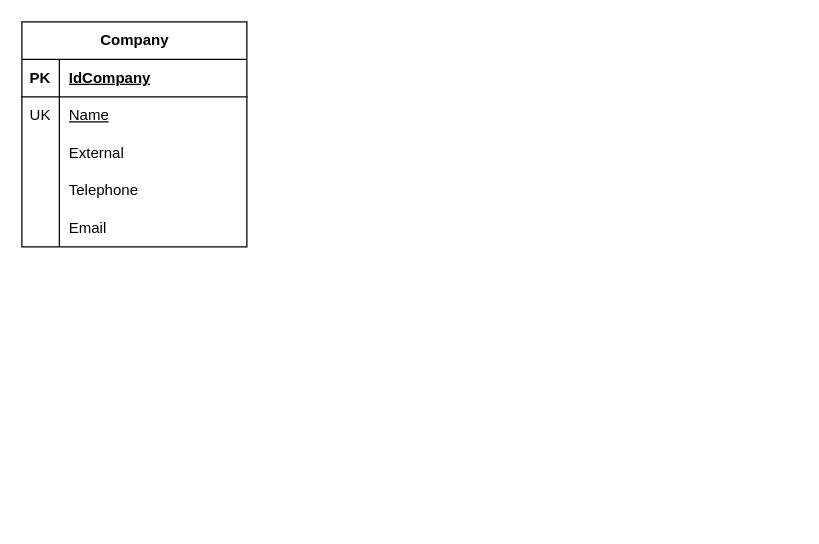
The draw.io diagram GestActives.drawio in JorgeJGR/GestActives, before the edit. Source tidied: cells renumbered, new cells numbered last; positions are measured from the earlier drawing's top-left corner, leaving out a move shared by most shapes. Both pictures are drawn from the tidied source at 125%, with x=0, y=0 at pixel (21, 21).
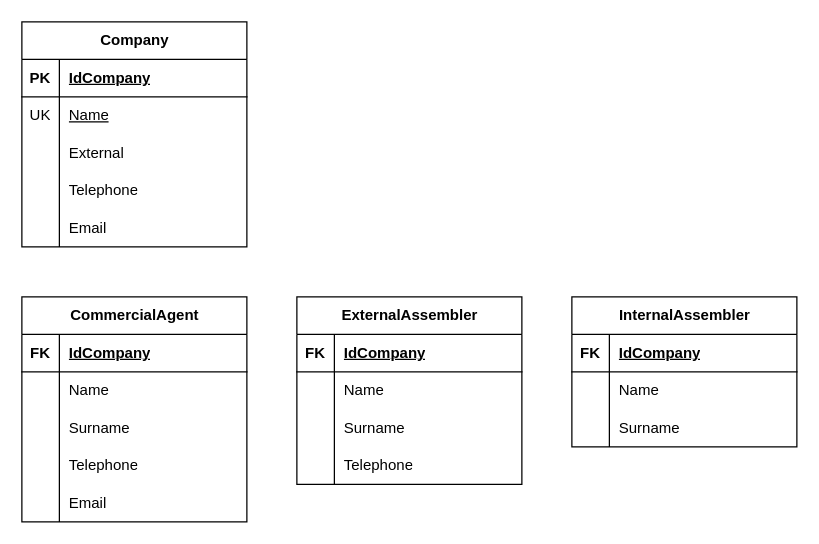
The same page after the edit.

The edit, as a diff of the source:
```diff
@@
+    <mxCell id="18" value="CommercialAgent" style="shape=table;startSize=30;childLayout=tableLayout;rowLines=0;fontStyle=1;align=center;html=1;" parent="1" vertex="1">
+      <mxGeometry y="220" width="180" height="180" as="geometry" />
+    </mxCell>
+    <mxCell id="19" style="shape=tableRow;horizontal=0;startSize=0;swimlaneHead=0;swimlaneBody=0;fillColor=none;top=0;left=0;right=0;bottom=1;" parent="18" vertex="1">
+      <mxGeometry y="30" width="180" height="30" as="geometry" />
+    </mxCell>
+    <mxCell id="20" value="FK" style="shape=partialRectangle;fillColor=none;top=0;left=0;bottom=0;right=0;fontStyle=1;overflow=hidden;whiteSpace=wrap;html=1;" parent="19" vertex="1">
+      <mxGeometry width="30" height="30" as="geometry" />
+    </mxCell>
+    <mxCell id="21" value="IdCompany" style="shape=partialRectangle;fillColor=none;top=0;left=0;bottom=0;right=0;align=left;spacingLeft=6;fontStyle=5;overflow=hidden;whiteSpace=wrap;html=1;" parent="19" vertex="1">
+      <mxGeometry x="30" width="150" height="30" as="geometry" />
+    </mxCell>
+    <mxCell id="22" style="shape=tableRow;horizontal=0;startSize=0;swimlaneHead=0;swimlaneBody=0;fillColor=none;top=0;left=0;right=0;bottom=0;" parent="18" vertex="1">
+      <mxGeometry y="60" width="180" height="30" as="geometry" />
+    </mxCell>
+    <mxCell id="23" style="shape=partialRectangle;fillColor=none;top=0;left=0;bottom=0;right=0;overflow=hidden;whiteSpace=wrap;html=1;" parent="22" vertex="1">
+      <mxGeometry width="30" height="30" as="geometry" />
+    </mxCell>
+    <mxCell id="24" value="Name" style="shape=partialRectangle;fillColor=none;top=0;left=0;bottom=0;right=0;align=left;spacingLeft=6;overflow=hidden;whiteSpace=wrap;html=1;" parent="22" vertex="1">
+      <mxGeometry x="30" width="150" height="30" as="geometry" />
+    </mxCell>
+    <mxCell id="25" style="shape=tableRow;horizontal=0;startSize=0;swimlaneHead=0;swimlaneBody=0;fillColor=none;top=0;left=0;right=0;bottom=0;" parent="18" vertex="1">
+      <mxGeometry y="90" width="180" height="30" as="geometry" />
+    </mxCell>
+    <mxCell id="26" style="shape=partialRectangle;fillColor=none;top=0;left=0;bottom=0;right=0;overflow=hidden;whiteSpace=wrap;html=1;" parent="25" vertex="1">
+      <mxGeometry width="30" height="30" as="geometry" />
+    </mxCell>
+    <mxCell id="27" value="Surname" style="shape=partialRectangle;fillColor=none;top=0;left=0;bottom=0;right=0;align=left;spacingLeft=6;overflow=hidden;whiteSpace=wrap;html=1;" parent="25" vertex="1">
+      <mxGeometry x="30" width="150" height="30" as="geometry" />
+    </mxCell>
+    <mxCell id="28" style="shape=tableRow;horizontal=0;startSize=0;swimlaneHead=0;swimlaneBody=0;fillColor=none;top=0;left=0;right=0;bottom=0;" parent="18" vertex="1">
+      <mxGeometry y="120" width="180" height="30" as="geometry" />
+    </mxCell>
+    <mxCell id="29" style="shape=partialRectangle;fillColor=none;top=0;left=0;bottom=0;right=0;overflow=hidden;whiteSpace=wrap;html=1;" parent="28" vertex="1">
+      <mxGeometry width="30" height="30" as="geometry" />
+    </mxCell>
+    <mxCell id="30" value="Telephone" style="shape=partialRectangle;fillColor=none;top=0;left=0;bottom=0;right=0;align=left;spacingLeft=6;overflow=hidden;whiteSpace=wrap;html=1;" parent="28" vertex="1">
+      <mxGeometry x="30" width="150" height="30" as="geometry" />
+    </mxCell>
+    <mxCell id="31" style="shape=tableRow;horizontal=0;startSize=0;swimlaneHead=0;swimlaneBody=0;fillColor=none;top=0;left=0;right=0;bottom=0;" parent="18" vertex="1">
+      <mxGeometry y="150" width="180" height="30" as="geometry" />
+    </mxCell>
+    <mxCell id="32" style="shape=partialRectangle;fillColor=none;top=0;left=0;bottom=0;right=0;overflow=hidden;whiteSpace=wrap;html=1;" parent="31" vertex="1">
+      <mxGeometry width="30" height="30" as="geometry" />
+    </mxCell>
+    <mxCell id="33" value="Email" style="shape=partialRectangle;fillColor=none;top=0;left=0;bottom=0;right=0;align=left;spacingLeft=6;overflow=hidden;whiteSpace=wrap;html=1;" parent="31" vertex="1">
+      <mxGeometry x="30" width="150" height="30" as="geometry" />
+    </mxCell>
+    <mxCell id="34" value="ExternalAssembler" style="shape=table;startSize=30;childLayout=tableLayout;rowLines=0;fontStyle=1;align=center;html=1;" parent="1" vertex="1">
+      <mxGeometry x="220" y="220" width="180" height="150" as="geometry" />
+    </mxCell>
+    <mxCell id="35" style="shape=tableRow;horizontal=0;startSize=0;swimlaneHead=0;swimlaneBody=0;fillColor=none;top=0;left=0;right=0;bottom=1;" parent="34" vertex="1">
+      <mxGeometry y="30" width="180" height="30" as="geometry" />
+    </mxCell>
+    <mxCell id="36" value="FK" style="shape=partialRectangle;fillColor=none;top=0;left=0;bottom=0;right=0;fontStyle=1;overflow=hidden;whiteSpace=wrap;html=1;" parent="35" vertex="1">
+      <mxGeometry width="30" height="30" as="geometry" />
+    </mxCell>
+    <mxCell id="37" value="IdCompany" style="shape=partialRectangle;fillColor=none;top=0;left=0;bottom=0;right=0;align=left;spacingLeft=6;fontStyle=5;overflow=hidden;whiteSpace=wrap;html=1;" parent="35" vertex="1">
+      <mxGeometry x="30" width="150" height="30" as="geometry" />
+    </mxCell>
+    <mxCell id="38" style="shape=tableRow;horizontal=0;startSize=0;swimlaneHead=0;swimlaneBody=0;fillColor=none;top=0;left=0;right=0;bottom=0;" parent="34" vertex="1">
+      <mxGeometry y="60" width="180" height="30" as="geometry" />
+    </mxCell>
+    <mxCell id="39" style="shape=partialRectangle;fillColor=none;top=0;left=0;bottom=0;right=0;overflow=hidden;whiteSpace=wrap;html=1;" parent="38" vertex="1">
+      <mxGeometry width="30" height="30" as="geometry" />
+    </mxCell>
+    <mxCell id="40" value="Name" style="shape=partialRectangle;fillColor=none;top=0;left=0;bottom=0;right=0;align=left;spacingLeft=6;overflow=hidden;whiteSpace=wrap;html=1;" parent="38" vertex="1">
+      <mxGeometry x="30" width="150" height="30" as="geometry" />
+    </mxCell>
+    <mxCell id="41" style="shape=tableRow;horizontal=0;startSize=0;swimlaneHead=0;swimlaneBody=0;fillColor=none;top=0;left=0;right=0;bottom=0;" parent="34" vertex="1">
+      <mxGeometry y="90" width="180" height="30" as="geometry" />
+    </mxCell>
+    <mxCell id="42" style="shape=partialRectangle;fillColor=none;top=0;left=0;bottom=0;right=0;overflow=hidden;whiteSpace=wrap;html=1;" parent="41" vertex="1">
+      <mxGeometry width="30" height="30" as="geometry" />
+    </mxCell>
+    <mxCell id="43" value="Surname" style="shape=partialRectangle;fillColor=none;top=0;left=0;bottom=0;right=0;align=left;spacingLeft=6;overflow=hidden;whiteSpace=wrap;html=1;" parent="41" vertex="1">
+      <mxGeometry x="30" width="150" height="30" as="geometry" />
+    </mxCell>
+    <mxCell id="44" style="shape=tableRow;horizontal=0;startSize=0;swimlaneHead=0;swimlaneBody=0;fillColor=none;top=0;left=0;right=0;bottom=0;" parent="34" vertex="1">
+      <mxGeometry y="120" width="180" height="30" as="geometry" />
+    </mxCell>
+    <mxCell id="45" style="shape=partialRectangle;fillColor=none;top=0;left=0;bottom=0;right=0;overflow=hidden;whiteSpace=wrap;html=1;" parent="44" vertex="1">
+      <mxGeometry width="30" height="30" as="geometry" />
+    </mxCell>
+    <mxCell id="46" value="Telephone" style="shape=partialRectangle;fillColor=none;top=0;left=0;bottom=0;right=0;align=left;spacingLeft=6;overflow=hidden;whiteSpace=wrap;html=1;" parent="44" vertex="1">
+      <mxGeometry x="30" width="150" height="30" as="geometry" />
+    </mxCell>
+    <mxCell id="47" value="InternalAssembler" style="shape=table;startSize=30;childLayout=tableLayout;rowLines=0;fontStyle=1;align=center;html=1;" parent="1" vertex="1">
+      <mxGeometry x="440" y="220" width="180" height="120" as="geometry" />
+    </mxCell>
+    <mxCell id="48" style="shape=tableRow;horizontal=0;startSize=0;swimlaneHead=0;swimlaneBody=0;fillColor=none;top=0;left=0;right=0;bottom=1;" parent="47" vertex="1">
+      <mxGeometry y="30" width="180" height="30" as="geometry" />
+    </mxCell>
+    <mxCell id="49" value="FK" style="shape=partialRectangle;fillColor=none;top=0;left=0;bottom=0;right=0;fontStyle=1;overflow=hidden;whiteSpace=wrap;html=1;" parent="48" vertex="1">
+      <mxGeometry width="30" height="30" as="geometry" />
+    </mxCell>
+    <mxCell id="50" value="IdCompany" style="shape=partialRectangle;fillColor=none;top=0;left=0;bottom=0;right=0;align=left;spacingLeft=6;fontStyle=5;overflow=hidden;whiteSpace=wrap;html=1;" parent="48" vertex="1">
+      <mxGeometry x="30" width="150" height="30" as="geometry" />
+    </mxCell>
+    <mxCell id="51" style="shape=tableRow;horizontal=0;startSize=0;swimlaneHead=0;swimlaneBody=0;fillColor=none;top=0;left=0;right=0;bottom=0;" parent="47" vertex="1">
+      <mxGeometry y="60" width="180" height="30" as="geometry" />
+    </mxCell>
+    <mxCell id="52" style="shape=partialRectangle;fillColor=none;top=0;left=0;bottom=0;right=0;overflow=hidden;whiteSpace=wrap;html=1;" parent="51" vertex="1">
+      <mxGeometry width="30" height="30" as="geometry" />
+    </mxCell>
+    <mxCell id="53" value="Name" style="shape=partialRectangle;fillColor=none;top=0;left=0;bottom=0;right=0;align=left;spacingLeft=6;overflow=hidden;whiteSpace=wrap;html=1;" parent="51" vertex="1">
+      <mxGeometry x="30" width="150" height="30" as="geometry" />
+    </mxCell>
+    <mxCell id="54" style="shape=tableRow;horizontal=0;startSize=0;swimlaneHead=0;swimlaneBody=0;fillColor=none;top=0;left=0;right=0;bottom=0;" parent="47" vertex="1">
+      <mxGeometry y="90" width="180" height="30" as="geometry" />
+    </mxCell>
+    <mxCell id="55" style="shape=partialRectangle;fillColor=none;top=0;left=0;bottom=0;right=0;overflow=hidden;whiteSpace=wrap;html=1;" parent="54" vertex="1">
+      <mxGeometry width="30" height="30" as="geometry" />
+    </mxCell>
+    <mxCell id="56" value="Surname" style="shape=partialRectangle;fillColor=none;top=0;left=0;bottom=0;right=0;align=left;spacingLeft=6;overflow=hidden;whiteSpace=wrap;html=1;" parent="54" vertex="1">
+      <mxGeometry x="30" width="150" height="30" as="geometry" />
+    </mxCell>
```
